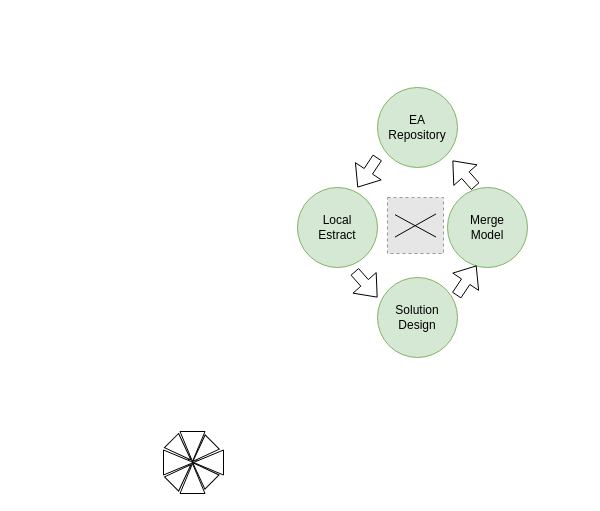
Earlier version of the draw.io diagram page "Agile Repository" (3 of 3) of BE/enterprise/2.3.ApplicationArchitectureFramework.drawio (afflato/system). Source tidied: cells renumbered, new cells numbered last; positions are measured from the earlier drawing's top-left corner, leaving out a move shared by most shapes. Both pictures are drawn from the tidied source at 100%, with x=0, y=0 at pixel (163, 87). Pictures stored in the file or linked from it are replaced by grey dashed boxes.
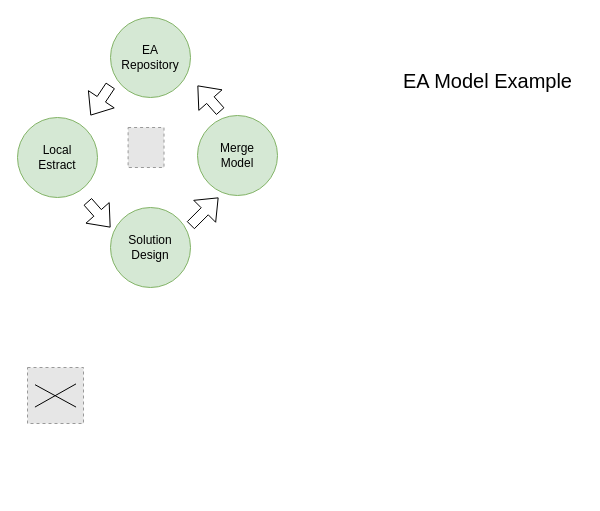
The same page after the edit.

What changed in the source:
```diff
@@
     <mxCell id="2" value="EA&lt;div&gt;Repository&lt;/div&gt;" style="ellipse;whiteSpace=wrap;html=1;fillColor=#d5e8d4;strokeColor=#82b366;" parent="1" vertex="1">
-      <mxGeometry x="214" width="80" height="80" as="geometry" />
+      <mxGeometry x="-53" y="-70" width="80" height="80" as="geometry" />
     </mxCell>
     <mxCell id="3" value="Local&lt;div&gt;Estract&lt;/div&gt;" style="ellipse;whiteSpace=wrap;html=1;fillColor=#d5e8d4;strokeColor=#82b366;" parent="1" vertex="1">
-      <mxGeometry x="134" y="100" width="80" height="80" as="geometry" />
+      <mxGeometry x="-146" y="30" width="80" height="80" as="geometry" />
     </mxCell>
     <mxCell id="4" value="Solution&lt;div&gt;Design&lt;/div&gt;" style="ellipse;whiteSpace=wrap;html=1;fillColor=#d5e8d4;strokeColor=#82b366;" parent="1" vertex="1">
-      <mxGeometry x="214" y="190" width="80" height="80" as="geometry" />
+      <mxGeometry x="-53" y="120" width="80" height="80" as="geometry" />
     </mxCell>
     <mxCell id="5" value="Merge&lt;div&gt;Model&lt;/div&gt;" style="ellipse;whiteSpace=wrap;html=1;fillColor=#d5e8d4;strokeColor=#82b366;" parent="1" vertex="1">
-      <mxGeometry x="284" y="100" width="80" height="80" as="geometry" />
+      <mxGeometry x="34" y="28" width="80" height="80" as="geometry" />
     </mxCell>
     <mxCell id="6" style="shape=flexArrow;endArrow=classic;html=1;rounded=0;" parent="1" edge="1">
       <mxGeometry relative="1" as="geometry">
-        <mxPoint x="214" y="70" as="sourcePoint" />
-        <mxPoint x="194" y="100" as="targetPoint" />
+        <mxPoint x="-53" y="-2" as="sourcePoint" />
+        <mxPoint x="-73" y="28" as="targetPoint" />
       </mxGeometry>
     </mxCell>
     <mxCell id="7" style="shape=flexArrow;endArrow=classic;html=1;rounded=0;" parent="1" edge="1">
       <mxGeometry relative="1" as="geometry">
-        <mxPoint x="191" y="184" as="sourcePoint" />
-        <mxPoint x="214" y="210" as="targetPoint" />
+        <mxPoint x="-76" y="114" as="sourcePoint" />
+        <mxPoint x="-53" y="140" as="targetPoint" />
       </mxGeometry>
     </mxCell>
     <mxCell id="8" style="shape=flexArrow;endArrow=classic;html=1;rounded=0;" parent="1" edge="1">
       <mxGeometry relative="1" as="geometry">
-        <mxPoint x="312" y="99" as="sourcePoint" />
-        <mxPoint x="289" y="73" as="targetPoint" />
+        <mxPoint x="57" y="24" as="sourcePoint" />
+        <mxPoint x="34" y="-2" as="targetPoint" />
       </mxGeometry>
     </mxCell>
     <mxCell id="9" style="shape=flexArrow;endArrow=classic;html=1;rounded=0;" parent="1" edge="1">
       <mxGeometry relative="1" as="geometry">
-        <mxPoint x="293" y="208" as="sourcePoint" />
-        <mxPoint x="313" y="178" as="targetPoint" />
+        <mxPoint x="27" y="138" as="sourcePoint" />
+        <mxPoint x="55" y="110" as="targetPoint" />
       </mxGeometry>
     </mxCell>
-    <mxCell id="10" style="ellipse;whiteSpace=wrap;html=1;" parent="1" vertex="1">
-      <mxGeometry x="24" y="370" width="10" height="10" as="geometry" />
-    </mxCell>
-    <mxCell id="11" style="triangle;whiteSpace=wrap;html=1;" parent="1" vertex="1">
-      <mxGeometry y="362.5" width="30" height="25" as="geometry" />
-    </mxCell>
-    <mxCell id="12" style="triangle;whiteSpace=wrap;html=1;direction=south;" parent="1" vertex="1">
-      <mxGeometry x="16.5" y="344" width="25" height="30" as="geometry" />
-    </mxCell>
-    <mxCell id="13" style="triangle;whiteSpace=wrap;html=1;direction=west;rotation=0;" parent="1" vertex="1">
-      <mxGeometry x="30" y="362.5" width="30" height="25" as="geometry" />
-    </mxCell>
-    <mxCell id="14" style="triangle;whiteSpace=wrap;html=1;direction=north;" parent="1" vertex="1">
-      <mxGeometry x="16.5" y="376" width="25" height="30" as="geometry" />
-    </mxCell>
-    <mxCell id="15" style="triangle;whiteSpace=wrap;html=1;direction=south;rotation=45;" parent="1" vertex="1">
-      <mxGeometry x="29" y="350.5" width="20" height="27.5" as="geometry" />
-    </mxCell>
-    <mxCell id="16" style="triangle;whiteSpace=wrap;html=1;direction=west;rotation=45;" parent="1" vertex="1">
-      <mxGeometry x="25" y="374.8" width="27.5" height="20" as="geometry" />
-    </mxCell>
-    <mxCell id="17" style="triangle;whiteSpace=wrap;html=1;direction=north;rotation=45;" parent="1" vertex="1">
-      <mxGeometry x="7.8" y="373" width="20" height="27.5" as="geometry" />
-    </mxCell>
-    <mxCell id="18" style="triangle;whiteSpace=wrap;html=1;direction=east;rotation=45;" parent="1" vertex="1">
-      <mxGeometry x="4" y="352.8" width="27.5" height="20" as="geometry" />
-    </mxCell>
     <mxCell id="19" style="group;" parent="1" vertex="1">
-      <mxGeometry x="224" y="110" width="56" height="56" as="geometry" />
+      <mxGeometry x="-136" y="280" width="56" height="56" as="geometry" />
     </mxCell>
@@
+    <mxCell id="24" style="fillColor=#E6E6E6;strokeColor=#999999;dashed=1;verticalLabelPosition=bottom;labelBackgroundColor=default;verticalAlign=top;" parent="1" vertex="1">
+      <mxGeometry x="-35.4" y="40" width="35.9" height="40" as="geometry" />
+    </mxCell>
+    <mxCell id="25" value="&lt;font style=&quot;font-size: 20px;&quot;&gt;EA Model Example&lt;/font&gt;" style="text;html=1;align=center;verticalAlign=middle;strokeColor=none;fillColor=none;" parent="1" vertex="1">
+      <mxGeometry x="229" y="-27" width="190" height="40" as="geometry" />
+    </mxCell>
```
